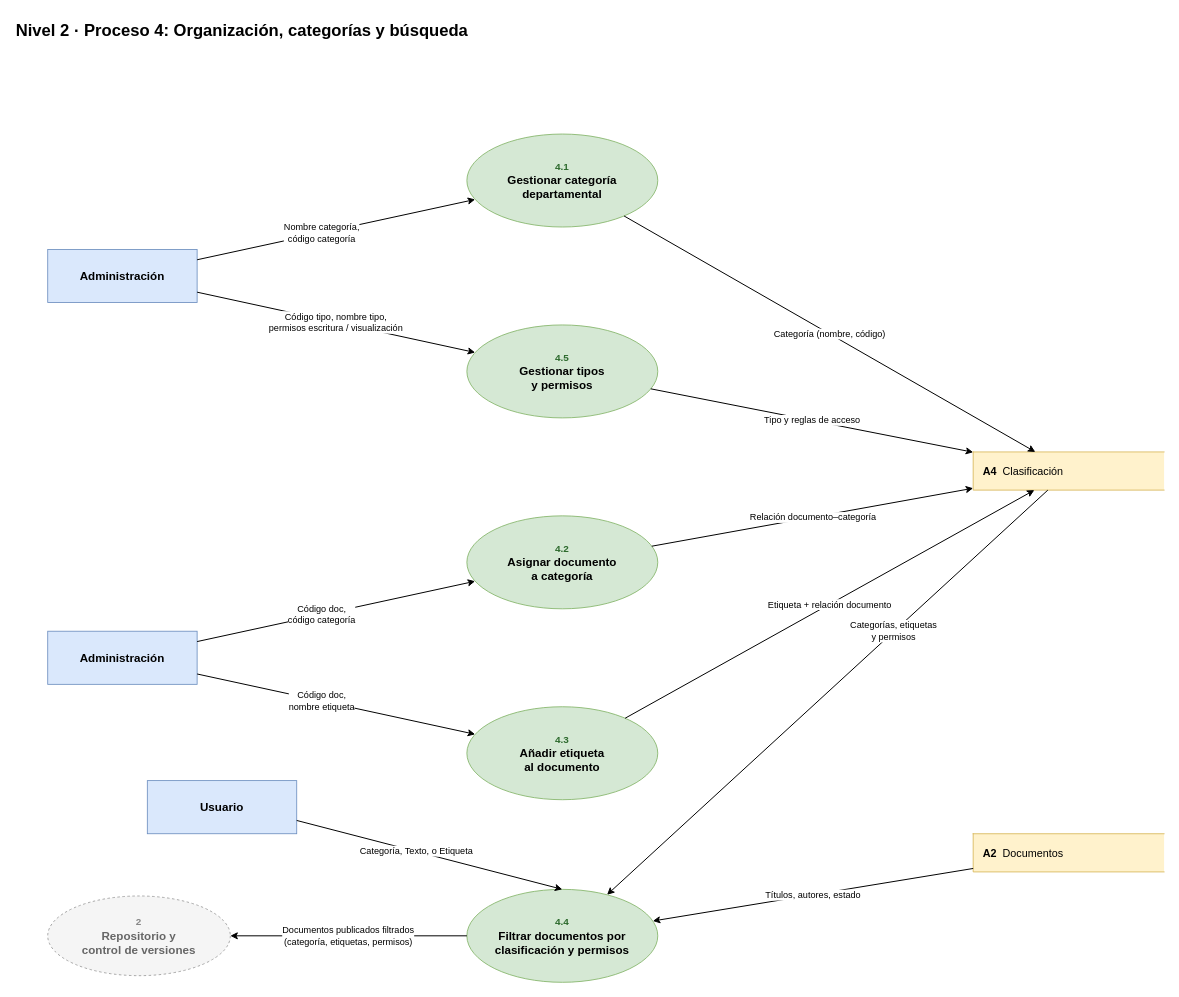
Above: page "Nivel 2 · Proceso 4" (6 of 7) of diagramas_sistema_documentacion /dfd/dfd_sistema_documentacion.drawio in adriivarela06/P2_DDSI (draw.io), before the change. Source tidied: cells renumbered, new cells numbered last; positions are measured from the earlier drawing's top-left corner, leaving out a move shared by most shapes. Both pictures are drawn from the tidied source at 83%, with x=0, y=0 at pixel (14, 14).
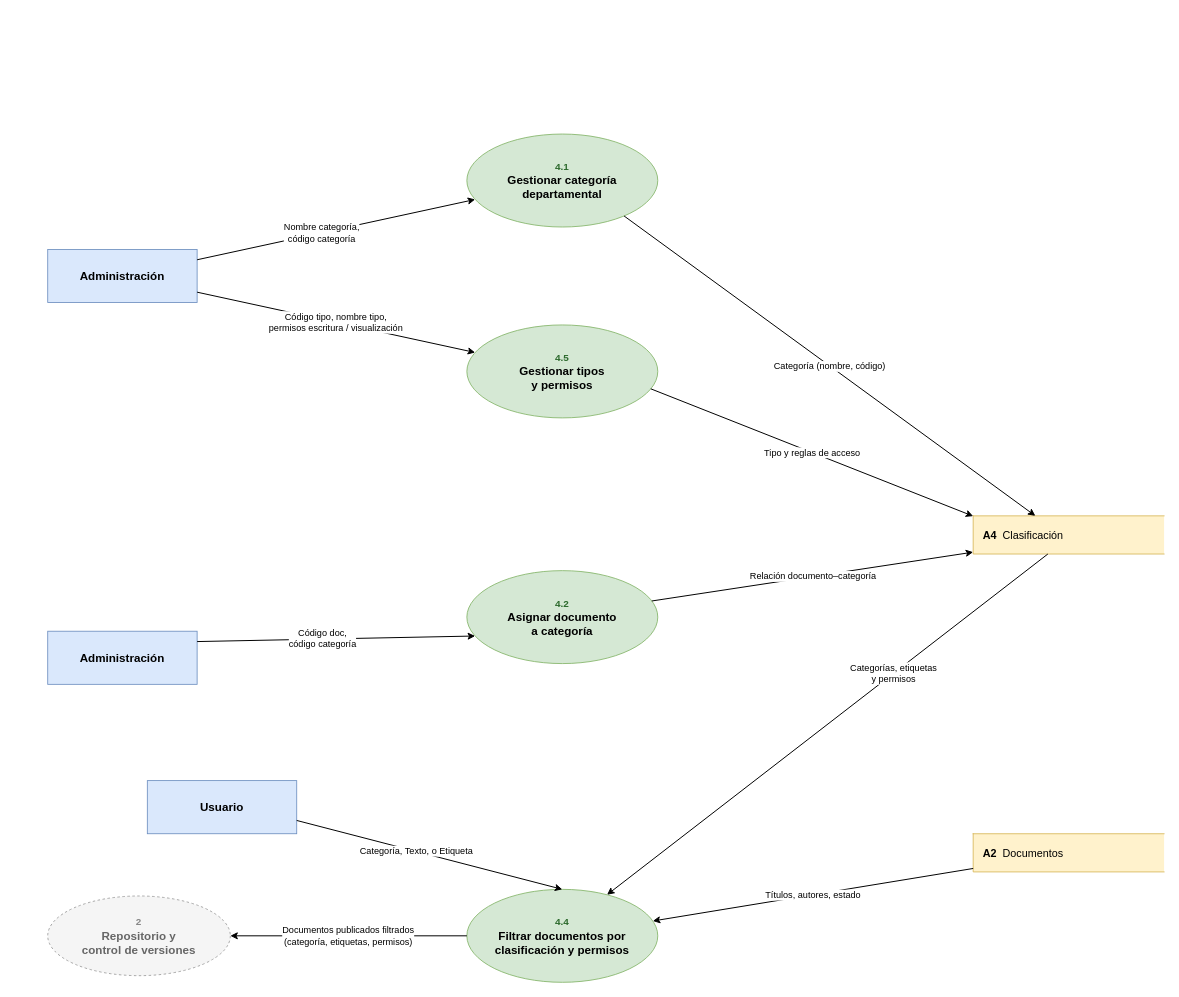
The same page after the edit.

The change refers to these unchanged cells:
```xml
<mxCell id="3" value="Administración" style="rounded=0;whiteSpace=wrap;html=1;fillColor=#dae8fc;strokeColor=#6c8ebf;fontStyle=1;fontSize=14;" parent="1" vertex="1">
  <mxGeometry x="40" y="743" width="180" height="64" as="geometry" />
</mxCell>
```

What changed in the source:
```diff
@@
     <mxCell id="7" value="&lt;font style=&quot;font-size:12px&quot; color=&quot;#2d6a2d&quot;&gt;4.2&lt;/font&gt;&lt;br&gt;Asignar documento&lt;br&gt;a categoría" style="ellipse;whiteSpace=wrap;html=1;fillColor=#d5e8d4;strokeColor=#82b366;fontColor=#000000;fontSize=14;fontStyle=1;" parent="1" vertex="1">
-      <mxGeometry x="545" y="604" width="230" height="112" as="geometry" />
+      <mxGeometry x="545" y="670" width="230" height="112" as="geometry" />
     </mxCell>
-    <mxCell id="8" value="&lt;font style=&quot;font-size:12px&quot; color=&quot;#2d6a2d&quot;&gt;4.3&lt;/font&gt;&lt;br&gt;Añadir etiqueta&lt;br&gt;al documento" style="ellipse;whiteSpace=wrap;html=1;fillColor=#d5e8d4;strokeColor=#82b366;fontColor=#000000;fontSize=14;fontStyle=1;" parent="1" vertex="1">
-      <mxGeometry x="545" y="834" width="230" height="112" as="geometry" />
-    </mxCell>
@@
     <mxCell id="10" value="&lt;b&gt;A4&lt;/b&gt;&amp;nbsp;&amp;nbsp;Clasificación" style="shape=partialRectangle;right=0;whiteSpace=wrap;html=1;fillColor=#fff2cc;strokeColor=#d6b656;align=left;spacingLeft=10;fontSize=13;" parent="1" vertex="1">
-      <mxGeometry x="1155" y="527" width="230" height="46" as="geometry" />
+      <mxGeometry x="1155" y="604" width="230" height="46" as="geometry" />
     </mxCell>
@@
-    <mxCell id="15" value="Código doc,&lt;br&gt;nombre etiqueta" style="edgeStyle=none;html=1;endArrow=classic;endFill=1;strokeWidth=1.2;fontSize=11;labelBackgroundColor=#ffffff;exitX=1.0000;exitY=0.8051;exitDx=0;exitDy=0;exitPerimeter=0;entryX=0.0433;entryY=0.2965;entryDx=0;entryDy=0;entryPerimeter=0;" parent="1" edge="1" source="3" target="8">
-      <mxGeometry x="-0.1" relative="1" as="geometry" />
-    </mxCell>
@@
-    <mxCell id="19" value="Etiqueta + relación documento" style="edgeStyle=none;html=1;endArrow=classic;endFill=1;strokeWidth=1.2;fontSize=11;labelBackgroundColor=#ffffff;exitX=0.8290;exitY=0.1235;exitDx=0;exitDy=0;exitPerimeter=0;entryX=0.3206;entryY=1.0000;entryDx=0;entryDy=0;entryPerimeter=0;" parent="1" edge="1" source="8" target="10">
-      <mxGeometry relative="1" as="geometry" />
-    </mxCell>
@@
-    <mxCell id="23" value="&lt;b&gt;Nivel 2 · Proceso 4: Organización, categorías y búsqueda&lt;/b&gt;" style="text;html=1;align=left;fontSize=20;" parent="1" vertex="1">
-      <mxGeometry width="900" height="36" as="geometry" />
-    </mxCell>
```
